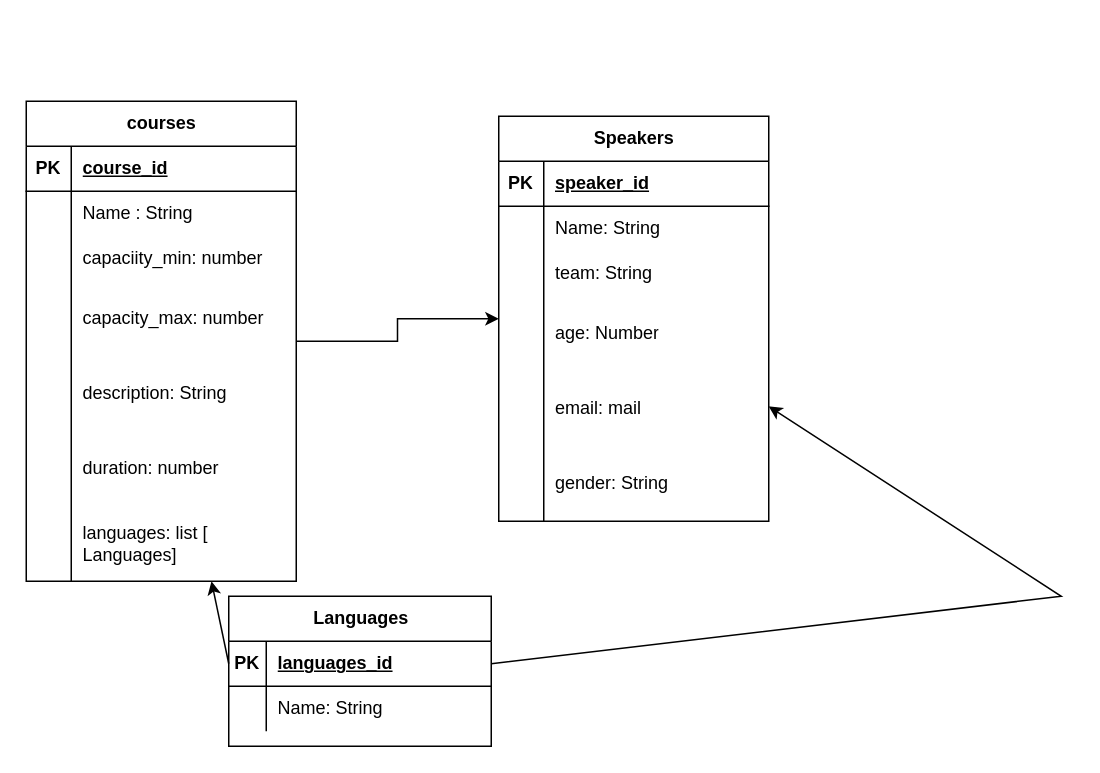
JBadiaAn/MyFirstRepo keeps this draw.io diagram as Diagrama sense títol.drawio. Above is the earlier version. Source tidied: cells renumbered, new cells numbered last; positions are measured from the earlier drawing's top-left corner, leaving out a move shared by most shapes. Both pictures are drawn from the tidied source at 150%, with x=0, y=0 at pixel (26, 100).
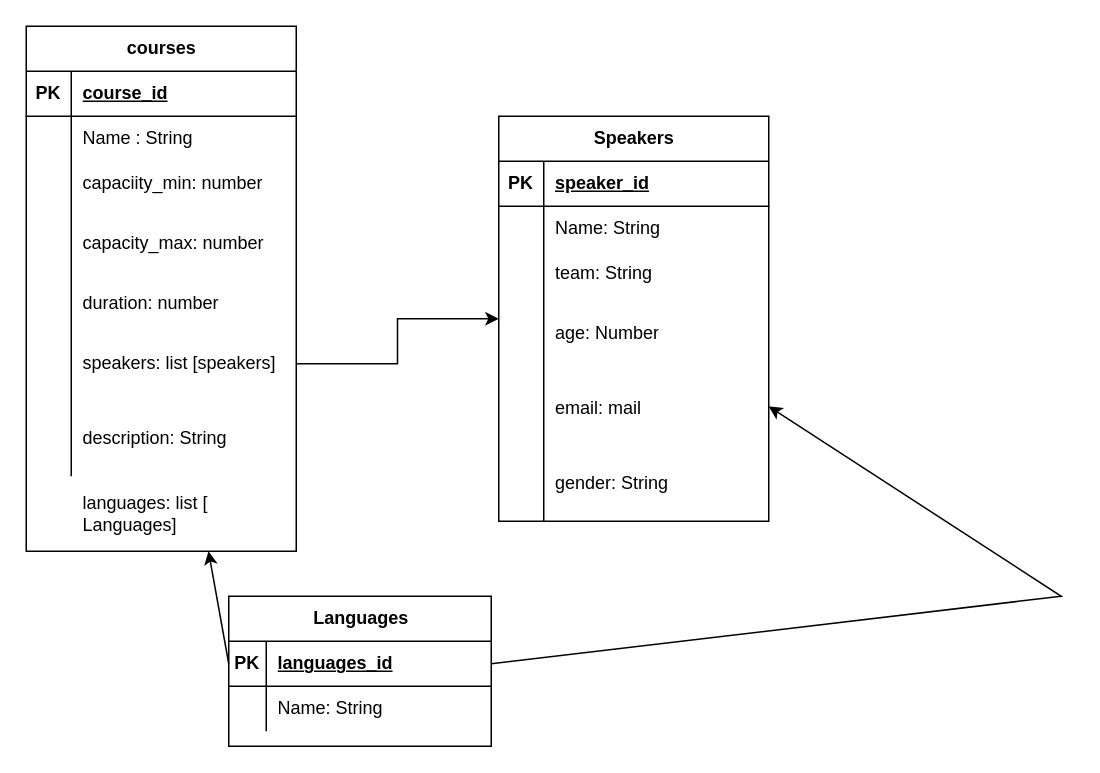
Above is the later version.

The change refers to these unchanged cells:
```xml
<mxCell id="25" value="Speakers" style="shape=table;startSize=30;childLayout=tableLayout;rowLines=0;fontStyle=1;align=center;html=1;" parent="1" vertex="1">
  <mxGeometry x="315" y="10" width="180" height="270" as="geometry" />
</mxCell>
```

What changed in the source:
```diff
@@
-    <mxCell id="2" style="edgeStyle=orthogonalEdgeStyle;rounded=0;jettySize=auto;html=1;" parent="1" edge="1" source="3" target="25">
+    <mxCell id="2" style="edgeStyle=orthogonalEdgeStyle;rounded=0;jettySize=auto;html=1;" parent="1" edge="1" source="22" target="25">
       <mxGeometry relative="1" as="geometry" />
     </mxCell>
     <mxCell id="3" value="courses" style="shape=table;startSize=30;childLayout=tableLayout;rowLines=0;fontStyle=1;align=center;html=1;" parent="1" vertex="1">
-      <mxGeometry width="180" height="320" as="geometry" />
+      <mxGeometry y="-50" width="180" height="350" as="geometry" />
     </mxCell>
@@
-    <mxCell id="16" style="shape=tableRow;horizontal=0;startSize=0;swimlaneHead=0;swimlaneBody=0;fillColor=none;top=0;left=0;right=0;bottom=0;" parent="3" vertex="1">
-      <mxGeometry y="170" width="180" height="50" as="geometry" />
-    </mxCell>
-    <mxCell id="17" style="shape=partialRectangle;fillColor=none;top=0;left=0;bottom=0;right=0;overflow=hidden;whiteSpace=wrap;html=1;" parent="16" vertex="1">
-      <mxGeometry width="30" height="50" as="geometry" />
-    </mxCell>
-    <mxCell id="18" value="description: String" style="shape=partialRectangle;fillColor=none;top=0;left=0;bottom=0;right=0;align=left;spacingLeft=6;overflow=hidden;whiteSpace=wrap;html=1;" parent="16" vertex="1">
-      <mxGeometry x="30" width="150" height="50" as="geometry" />
-    </mxCell>
     <mxCell id="19" style="shape=tableRow;horizontal=0;startSize=0;swimlaneHead=0;swimlaneBody=0;fillColor=none;top=0;left=0;right=0;bottom=0;" parent="3" vertex="1">
-      <mxGeometry y="220" width="180" height="50" as="geometry" />
+      <mxGeometry y="170" width="180" height="30" as="geometry" />
     </mxCell>
     <mxCell id="20" style="shape=partialRectangle;fillColor=none;top=0;left=0;bottom=0;right=0;overflow=hidden;whiteSpace=wrap;html=1;" parent="19" vertex="1">
-      <mxGeometry width="30" height="50" as="geometry" />
+      <mxGeometry width="30" height="30" as="geometry" />
     </mxCell>
     <mxCell id="21" value="duration: number" style="shape=partialRectangle;fillColor=none;top=0;left=0;bottom=0;right=0;align=left;spacingLeft=6;overflow=hidden;whiteSpace=wrap;html=1;" parent="19" vertex="1">
-      <mxGeometry x="30" width="150" height="50" as="geometry" />
+      <mxGeometry x="30" width="150" height="30" as="geometry" />
     </mxCell>
     <mxCell id="22" style="shape=tableRow;horizontal=0;startSize=0;swimlaneHead=0;swimlaneBody=0;fillColor=none;points=[[0,0.5],[1,0.5]];portConstraint=eastwest;top=0;left=0;right=0;bottom=0;" parent="3" vertex="1">
-      <mxGeometry y="270" width="180" height="50" as="geometry" />
+      <mxGeometry y="200" width="180" height="50" as="geometry" />
     </mxCell>
@@
-    <mxCell id="24" value="languages: list [ Languages]" style="shape=partialRectangle;fillColor=none;top=0;left=0;bottom=0;right=0;align=left;spacingLeft=6;overflow=hidden;whiteSpace=wrap;html=1;" parent="22" vertex="1">
+    <mxCell id="24" value="speakers: list [speakers]" style="shape=partialRectangle;fillColor=none;top=0;left=0;bottom=0;right=0;align=left;spacingLeft=6;overflow=hidden;whiteSpace=wrap;html=1;" parent="22" vertex="1">
       <mxGeometry x="30" width="150" height="50" as="geometry" />
     </mxCell>
+    <mxCell id="16" style="shape=tableRow;horizontal=0;startSize=0;swimlaneHead=0;swimlaneBody=0;fillColor=none;top=0;left=0;right=0;bottom=0;" parent="3" vertex="1">
+      <mxGeometry y="250" width="180" height="50" as="geometry" />
+    </mxCell>
+    <mxCell id="17" style="shape=partialRectangle;fillColor=none;top=0;left=0;bottom=0;right=0;overflow=hidden;whiteSpace=wrap;html=1;" parent="16" vertex="1">
+      <mxGeometry width="30" height="50" as="geometry" />
+    </mxCell>
+    <mxCell id="18" value="description: String" style="shape=partialRectangle;fillColor=none;top=0;left=0;bottom=0;right=0;align=left;spacingLeft=6;overflow=hidden;whiteSpace=wrap;html=1;" parent="16" vertex="1">
+      <mxGeometry x="30" width="150" height="50" as="geometry" />
+    </mxCell>
@@
+    <mxCell id="53" value="languages: list [ Languages]" style="shape=partialRectangle;fillColor=none;top=0;left=0;bottom=0;right=0;align=left;spacingLeft=6;overflow=hidden;whiteSpace=wrap;html=1;" parent="1" vertex="1">
+      <mxGeometry x="30" y="250" width="150" height="50" as="geometry" />
+    </mxCell>
```
